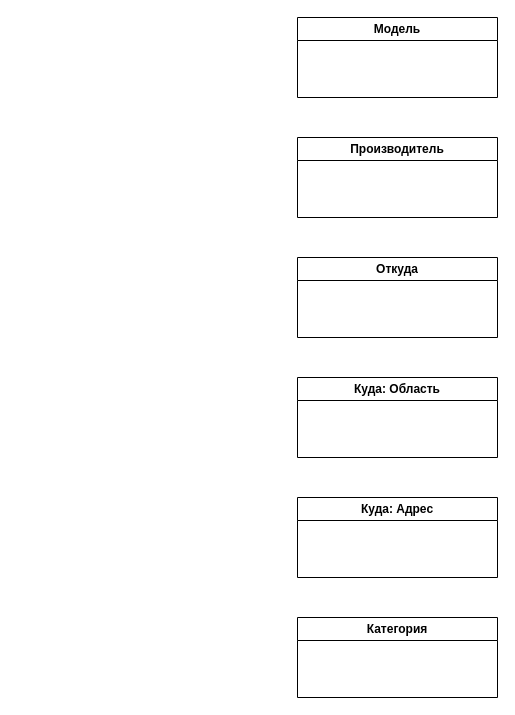
Earlier version of the draw.io diagram Схема_1.drawio (Deviant1407/Info-Security-and-Data-Base). Source tidied: cells renumbered, new cells numbered last; positions are measured from the earlier drawing's top-left corner, leaving out a move shared by most shapes. Both pictures are drawn from the tidied source at 100%, with x=0, y=0 at pixel (297, 17).
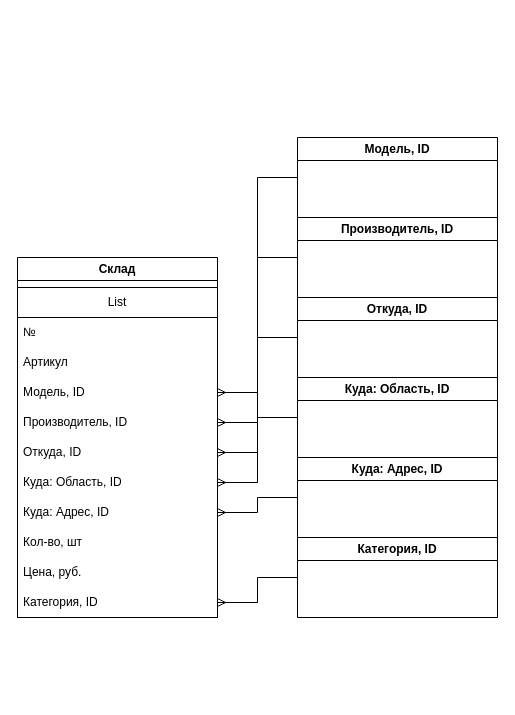
Above is the later version.

Change to the diagram source:
```diff
@@
-    <mxCell id="2" value="Категория" style="swimlane;whiteSpace=wrap;html=1;" parent="1" vertex="1">
-      <mxGeometry y="600" width="200" height="80" as="geometry" />
+    <mxCell id="2" value="Категория, ID" style="swimlane;whiteSpace=wrap;html=1;" parent="1" vertex="1">
+      <mxGeometry y="520" width="200" height="80" as="geometry" />
     </mxCell>
-    <mxCell id="3" value="Модель" style="swimlane;whiteSpace=wrap;html=1;startSize=23;" parent="1" vertex="1">
-      <mxGeometry width="200" height="80" as="geometry" />
+    <mxCell id="3" value="Модель, ID" style="swimlane;whiteSpace=wrap;html=1;startSize=23;" parent="1" vertex="1">
+      <mxGeometry y="120" width="200" height="80" as="geometry" />
     </mxCell>
-    <mxCell id="4" value="Производитель" style="swimlane;whiteSpace=wrap;html=1;" parent="1" vertex="1">
-      <mxGeometry y="120" width="200" height="80" as="geometry" />
+    <mxCell id="4" value="Производитель, ID" style="swimlane;whiteSpace=wrap;html=1;" parent="1" vertex="1">
+      <mxGeometry y="200" width="200" height="80" as="geometry" />
     </mxCell>
-    <mxCell id="5" value="Откуда" style="swimlane;whiteSpace=wrap;html=1;" parent="1" vertex="1">
-      <mxGeometry y="240" width="200" height="80" as="geometry" />
+    <mxCell id="5" value="Откуда, ID" style="swimlane;whiteSpace=wrap;html=1;" parent="1" vertex="1">
+      <mxGeometry y="280" width="200" height="80" as="geometry" />
     </mxCell>
-    <mxCell id="6" value="Куда: Область" style="swimlane;whiteSpace=wrap;html=1;" parent="1" vertex="1">
+    <mxCell id="6" value="Куда: Область, ID" style="swimlane;whiteSpace=wrap;html=1;startSize=23;" parent="1" vertex="1">
       <mxGeometry y="360" width="200" height="80" as="geometry" />
     </mxCell>
-    <mxCell id="7" value="Куда: Адрес" style="swimlane;whiteSpace=wrap;html=1;" parent="1" vertex="1">
-      <mxGeometry y="480" width="200" height="80" as="geometry" />
+    <mxCell id="7" value="Куда: Адрес, ID" style="swimlane;whiteSpace=wrap;html=1;" parent="1" vertex="1">
+      <mxGeometry y="440" width="200" height="80" as="geometry" />
     </mxCell>
+    <mxCell id="8" value="Склад" style="swimlane;whiteSpace=wrap;html=1;" parent="1" vertex="1">
+      <mxGeometry x="-280" y="240" width="200" height="360" as="geometry" />
+    </mxCell>
+    <mxCell id="9" value="List" style="swimlane;fontStyle=0;horizontal=1;startSize=30;whiteSpace=wrap;html=1;" parent="8" vertex="1">
+      <mxGeometry y="30" width="200" height="330" as="geometry" />
+    </mxCell>
+    <mxCell id="10" value="№" style="text;strokeColor=none;fillColor=none;align=left;verticalAlign=middle;spacingLeft=4;spacingRight=4;overflow=hidden;whiteSpace=wrap;html=1;" parent="9" vertex="1">
+      <mxGeometry y="30" width="200" height="30" as="geometry" />
+    </mxCell>
+    <mxCell id="11" value="Артикул" style="text;strokeColor=none;fillColor=none;align=left;verticalAlign=middle;spacingLeft=4;spacingRight=4;overflow=hidden;whiteSpace=wrap;html=1;" parent="9" vertex="1">
+      <mxGeometry y="60" width="200" height="30" as="geometry" />
+    </mxCell>
+    <mxCell id="12" value="Модель, ID" style="text;strokeColor=none;fillColor=none;align=left;verticalAlign=middle;spacingLeft=4;spacingRight=4;overflow=hidden;points=[[0,0.5],[1,0.5]];portConstraint=eastwest;whiteSpace=wrap;html=1;" parent="9" vertex="1">
+      <mxGeometry y="90" width="200" height="30" as="geometry" />
+    </mxCell>
+    <mxCell id="13" value="Производитель, ID" style="text;strokeColor=none;fillColor=none;align=left;verticalAlign=middle;spacingLeft=4;spacingRight=4;overflow=hidden;points=[[0,0.5],[1,0.5]];portConstraint=eastwest;whiteSpace=wrap;html=1;" parent="9" vertex="1">
+      <mxGeometry y="120" width="200" height="30" as="geometry" />
+    </mxCell>
+    <mxCell id="14" value="Откуда, ID" style="text;strokeColor=none;fillColor=none;align=left;verticalAlign=middle;spacingLeft=4;spacingRight=4;overflow=hidden;points=[[0,0.5],[1,0.5]];portConstraint=eastwest;whiteSpace=wrap;html=1;" parent="9" vertex="1">
+      <mxGeometry y="150" width="200" height="30" as="geometry" />
+    </mxCell>
+    <mxCell id="15" value="Куда: Область, ID" style="text;strokeColor=none;fillColor=none;align=left;verticalAlign=middle;spacingLeft=4;spacingRight=4;overflow=hidden;points=[[0,0.5],[1,0.5]];portConstraint=eastwest;whiteSpace=wrap;html=1;" parent="9" vertex="1">
+      <mxGeometry y="180" width="200" height="30" as="geometry" />
+    </mxCell>
+    <mxCell id="16" value="Куда: Адрес, ID" style="text;strokeColor=none;fillColor=none;align=left;verticalAlign=middle;spacingLeft=4;spacingRight=4;overflow=hidden;points=[[0,0.5],[1,0.5]];portConstraint=eastwest;whiteSpace=wrap;html=1;" parent="9" vertex="1">
+      <mxGeometry y="210" width="200" height="30" as="geometry" />
+    </mxCell>
+    <mxCell id="17" value="Кол-во, шт" style="text;strokeColor=none;fillColor=none;align=left;verticalAlign=middle;spacingLeft=4;spacingRight=4;overflow=hidden;whiteSpace=wrap;html=1;" parent="9" vertex="1">
+      <mxGeometry y="240" width="200" height="30" as="geometry" />
+    </mxCell>
+    <mxCell id="18" value="Цена, руб." style="text;strokeColor=none;fillColor=none;align=left;verticalAlign=middle;spacingLeft=4;spacingRight=4;overflow=hidden;whiteSpace=wrap;html=1;" parent="9" vertex="1">
+      <mxGeometry y="270" width="200" height="30" as="geometry" />
+    </mxCell>
+    <mxCell id="19" value="Категория, ID" style="text;strokeColor=none;fillColor=none;align=left;verticalAlign=middle;spacingLeft=4;spacingRight=4;overflow=hidden;points=[[0,0.5],[1,0.5]];portConstraint=eastwest;whiteSpace=wrap;html=1;" parent="9" vertex="1">
+      <mxGeometry y="300" width="200" height="30" as="geometry" />
+    </mxCell>
+    <mxCell id="20" style="fontSize=12;html=1;endArrow=ERmany;rounded=0;entryX=1;entryY=0.5;entryDx=0;entryDy=0;exitX=0;exitY=0.5;exitDx=0;exitDy=0;edgeStyle=orthogonalEdgeStyle;" parent="1" edge="1" source="3" target="12">
+      <mxGeometry relative="1" as="geometry" />
+    </mxCell>
+    <mxCell id="21" style="fontSize=12;html=1;endArrow=ERmany;rounded=0;exitX=0;exitY=0.5;exitDx=0;exitDy=0;entryX=1;entryY=0.5;entryDx=0;entryDy=0;edgeStyle=orthogonalEdgeStyle;" parent="1" edge="1" source="4" target="13">
+      <mxGeometry relative="1" as="geometry" />
+    </mxCell>
+    <mxCell id="22" style="edgeStyle=orthogonalEdgeStyle;fontSize=12;html=1;endArrow=ERmany;rounded=0;exitX=0;exitY=0.5;exitDx=0;exitDy=0;entryX=1;entryY=0.5;entryDx=0;entryDy=0;" parent="1" edge="1" source="5" target="14">
+      <mxGeometry relative="1" as="geometry" />
+    </mxCell>
+    <mxCell id="23" style="edgeStyle=orthogonalEdgeStyle;fontSize=12;html=1;endArrow=ERmany;rounded=0;entryX=1;entryY=0.5;entryDx=0;entryDy=0;exitX=0;exitY=0.5;exitDx=0;exitDy=0;" parent="1" edge="1" source="6" target="15">
+      <mxGeometry relative="1" as="geometry" />
+    </mxCell>
+    <mxCell id="24" style="edgeStyle=orthogonalEdgeStyle;fontSize=12;html=1;endArrow=ERmany;rounded=0;entryX=1;entryY=0.5;entryDx=0;entryDy=0;exitX=0;exitY=0.5;exitDx=0;exitDy=0;" parent="1" edge="1" source="7" target="16">
+      <mxGeometry relative="1" as="geometry" />
+    </mxCell>
+    <mxCell id="25" style="edgeStyle=orthogonalEdgeStyle;fontSize=12;html=1;endArrow=ERmany;rounded=0;entryX=1;entryY=0.5;entryDx=0;entryDy=0;exitX=0;exitY=0.5;exitDx=0;exitDy=0;" parent="1" edge="1" source="2" target="19">
+      <mxGeometry relative="1" as="geometry" />
+    </mxCell>
```
